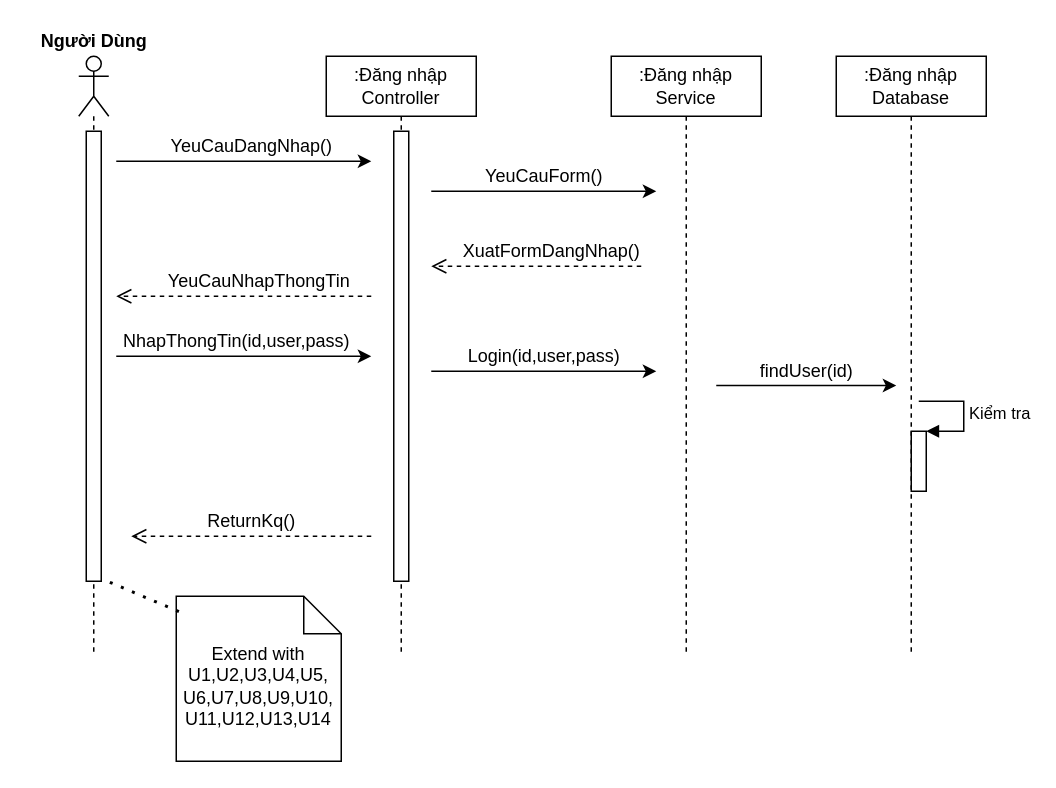
The draw.io diagram U1 new.drawio in haihak/haihak, before the edit. Source tidied: cells renumbered, new cells numbered last; positions are measured from the earlier drawing's top-left corner, leaving out a move shared by most shapes. Both pictures are drawn from the tidied source at 150%, with x=0, y=0 at pixel (26, 26).
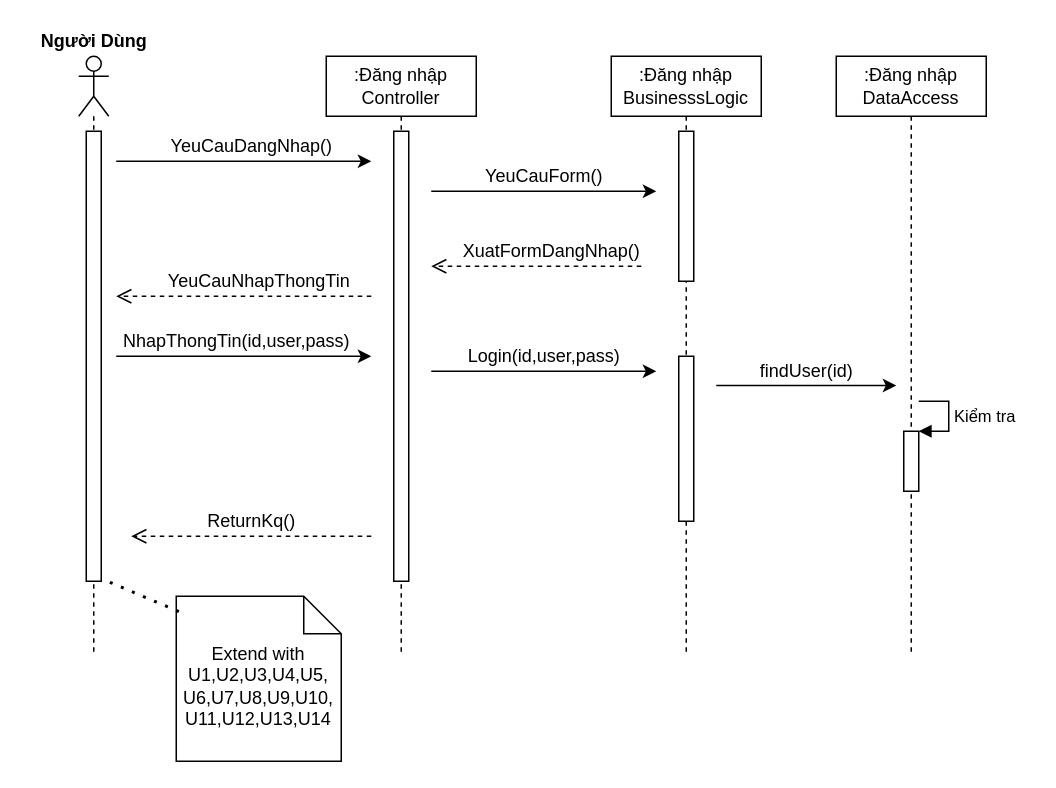
The same diagram, later.

The edit, as a diff of the source:
```diff
@@
-    <mxCell id="7" value=":Đăng nhập&lt;br&gt;Service" style="shape=umlLifeline;perimeter=lifelinePerimeter;whiteSpace=wrap;html=1;" parent="1" vertex="1">
+    <mxCell id="7" value=":Đăng nhập&lt;br&gt;BusinesssLogic" style="shape=umlLifeline;perimeter=lifelinePerimeter;whiteSpace=wrap;html=1;" parent="1" vertex="1">
       <mxGeometry x="390" y="20" width="100" height="400" as="geometry" />
     </mxCell>
+    <mxCell id="29" style="html=1;perimeter=orthogonalPerimeter;" parent="7" vertex="1">
+      <mxGeometry x="45" y="50" width="10" height="100" as="geometry" />
+    </mxCell>
+    <mxCell id="30" style="html=1;perimeter=orthogonalPerimeter;" parent="7" vertex="1">
+      <mxGeometry x="45" y="200" width="10" height="110" as="geometry" />
+    </mxCell>
-    <mxCell id="8" value=":Đăng nhập&lt;br&gt;Database" style="shape=umlLifeline;perimeter=lifelinePerimeter;whiteSpace=wrap;html=1;" parent="1" vertex="1">
+    <mxCell id="8" value=":Đăng nhập&lt;br&gt;DataAccess" style="shape=umlLifeline;perimeter=lifelinePerimeter;whiteSpace=wrap;html=1;" parent="1" vertex="1">
       <mxGeometry x="540" y="20" width="100" height="400" as="geometry" />
     </mxCell>
     <mxCell id="9" style="html=1;points=[];perimeter=orthogonalPerimeter;" parent="8" vertex="1">
-      <mxGeometry x="50" y="250" width="10" height="40" as="geometry" />
+      <mxGeometry x="45" y="250" width="10" height="40" as="geometry" />
     </mxCell>
     <mxCell id="10" value="Kiểm tra" style="edgeStyle=orthogonalEdgeStyle;html=1;align=left;spacingLeft=2;endArrow=block;rounded=0;entryX=1;entryY=0;" parent="8" edge="1" target="9">
       <mxGeometry relative="1" as="geometry">
         <mxPoint x="55" y="230" as="sourcePoint" />
         <Array as="points">
-          <mxPoint x="85" y="230" />
+          <mxPoint x="75" y="230" />
         </Array>
       </mxGeometry>
     </mxCell>
```
